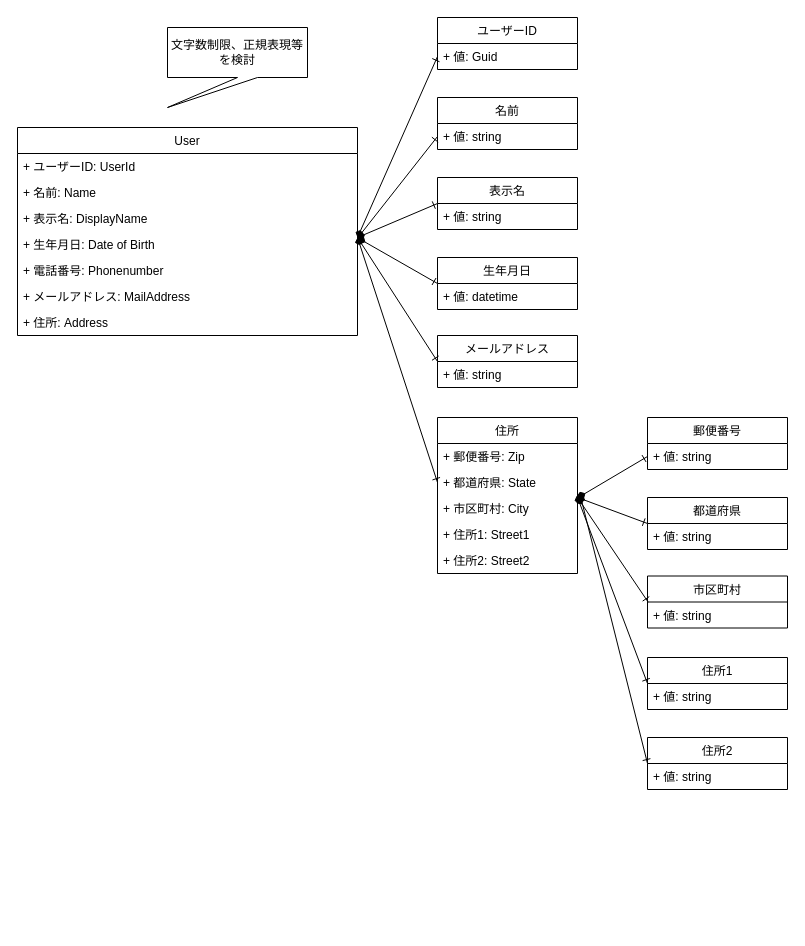
The draw.io diagram docs/Users/domain/Users.drawio in AlterEnter/UsedCar.Backend, before the edit. Source tidied: cells renumbered, new cells numbered last; positions are measured from the earlier drawing's top-left corner, leaving out a move shared by most shapes. Both pictures are drawn from the tidied source at 100%, with x=0, y=0 at pixel (17, 17).
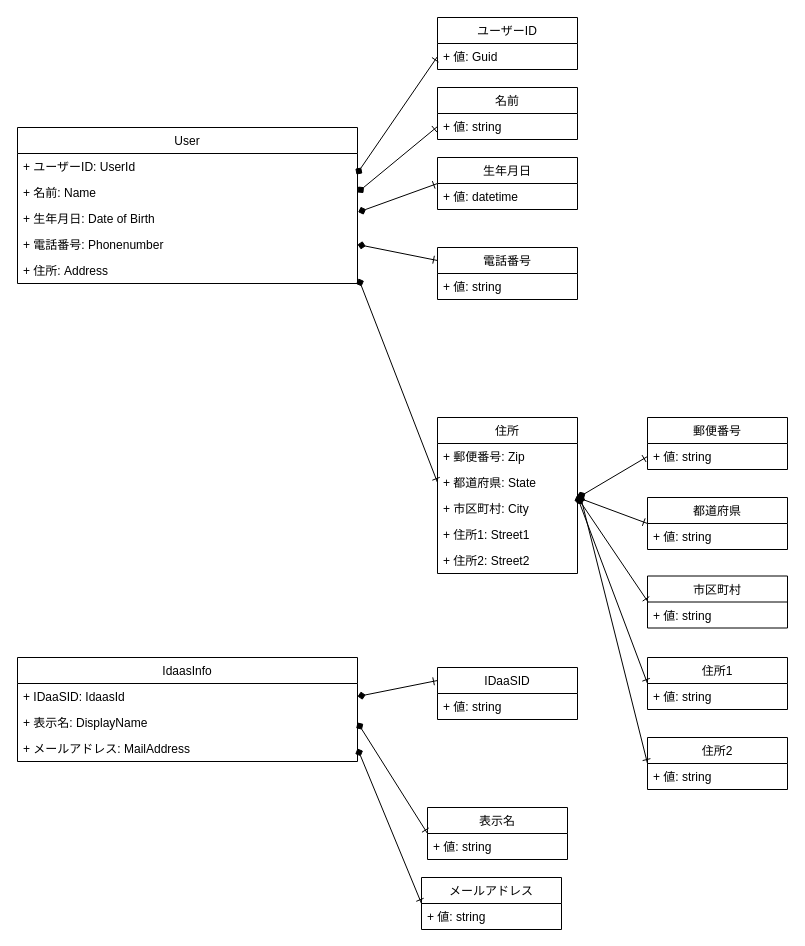
The same diagram, later.

The change refers to these unchanged cells:
```xml
<mxCell id="3" value="+ ユーザーID: UserId" style="text;strokeColor=none;fillColor=none;align=left;verticalAlign=top;spacingLeft=4;spacingRight=4;overflow=hidden;points=[[0,0.5],[1,0.5]];portConstraint=eastwest;" parent="2" vertex="1">
  <mxGeometry y="26" width="340" height="26" as="geometry" />
</mxCell>
<mxCell id="4" value="+ 名前: Name" style="text;strokeColor=none;fillColor=none;align=left;verticalAlign=top;spacingLeft=4;spacingRight=4;overflow=hidden;points=[[0,0.5],[1,0.5]];portConstraint=eastwest;" parent="2" vertex="1">
  <mxGeometry y="52" width="340" height="26" as="geometry" />
</mxCell>
<mxCell id="11" value="+ 値: Guid" style="text;strokeColor=none;fillColor=none;align=left;verticalAlign=top;spacingLeft=4;spacingRight=4;overflow=hidden;points=[[0,0.5],[1,0.5]];portConstraint=eastwest;" parent="10" vertex="1">
  <mxGeometry y="26" width="140" height="26" as="geometry" />
</mxCell>
<mxCell id="13" value="+ 値: string" style="text;strokeColor=none;fillColor=none;align=left;verticalAlign=top;spacingLeft=4;spacingRight=4;overflow=hidden;points=[[0,0.5],[1,0.5]];portConstraint=eastwest;" parent="12" vertex="1">
  <mxGeometry y="26" width="140" height="26" as="geometry" />
</mxCell>
<mxCell id="20" value="+ 都道府県: State" style="text;strokeColor=none;fillColor=none;align=left;verticalAlign=top;spacingLeft=4;spacingRight=4;overflow=hidden;points=[[0,0.5],[1,0.5]];portConstraint=eastwest;" parent="18" vertex="1">
  <mxGeometry y="52" width="140" height="26" as="geometry" />
</mxCell>
```

Change to the diagram source:
```diff
@@
     <mxCell id="2" value="User" style="swimlane;fontStyle=0;horizontal=1;startSize=26;fillColor=none;" parent="1" vertex="1">
-      <mxGeometry y="110" width="340" height="208" as="geometry" />
+      <mxGeometry y="110" width="340" height="156" as="geometry" />
     </mxCell>
@@
-    <mxCell id="5" value="+ 表示名: DisplayName" style="text;strokeColor=none;fillColor=none;align=left;verticalAlign=top;spacingLeft=4;spacingRight=4;overflow=hidden;points=[[0,0.5],[1,0.5]];portConstraint=eastwest;" parent="2" vertex="1">
-      <mxGeometry y="78" width="340" height="26" as="geometry" />
-    </mxCell>
     <mxCell id="6" value="+ 生年月日: Date of Birth" style="text;strokeColor=none;fillColor=none;align=left;verticalAlign=top;spacingLeft=4;spacingRight=4;overflow=hidden;points=[[0,0.5],[1,0.5]];portConstraint=eastwest;" parent="2" vertex="1">
-      <mxGeometry y="104" width="340" height="26" as="geometry" />
+      <mxGeometry y="78" width="340" height="26" as="geometry" />
     </mxCell>
     <mxCell id="7" value="+ 電話番号: Phonenumber&#10;" style="text;strokeColor=none;fillColor=none;align=left;verticalAlign=top;spacingLeft=4;spacingRight=4;overflow=hidden;points=[[0,0.5],[1,0.5]];portConstraint=eastwest;" parent="2" vertex="1">
-      <mxGeometry y="130" width="340" height="26" as="geometry" />
+      <mxGeometry y="104" width="340" height="26" as="geometry" />
     </mxCell>
-    <mxCell id="8" value="+ メールアドレス: MailAddress&#10;" style="text;strokeColor=none;fillColor=none;align=left;verticalAlign=top;spacingLeft=4;spacingRight=4;overflow=hidden;points=[[0,0.5],[1,0.5]];portConstraint=eastwest;" parent="2" vertex="1">
-      <mxGeometry y="156" width="340" height="26" as="geometry" />
-    </mxCell>
     <mxCell id="9" value="+ 住所: Address&#10;　　&#10;" style="text;strokeColor=none;fillColor=none;align=left;verticalAlign=top;spacingLeft=4;spacingRight=4;overflow=hidden;points=[[0,0.5],[1,0.5]];portConstraint=eastwest;" parent="2" vertex="1">
-      <mxGeometry y="182" width="340" height="26" as="geometry" />
+      <mxGeometry y="130" width="340" height="26" as="geometry" />
     </mxCell>
@@
     <mxCell id="12" value="名前" style="swimlane;fontStyle=0;horizontal=1;startSize=26;fillColor=none;" parent="1" vertex="1">
-      <mxGeometry x="420" y="80" width="140" height="52" as="geometry" />
+      <mxGeometry x="420" y="70" width="140" height="52" as="geometry" />
     </mxCell>
@@
     <mxCell id="14" value="表示名" style="swimlane;fontStyle=0;horizontal=1;startSize=26;fillColor=none;" parent="1" vertex="1">
-      <mxGeometry x="420" y="160" width="140" height="52" as="geometry" />
+      <mxGeometry x="410" y="790" width="140" height="52" as="geometry" />
     </mxCell>
@@
     <mxCell id="16" value="生年月日" style="swimlane;fontStyle=0;horizontal=1;startSize=26;fillColor=none;" parent="1" vertex="1">
-      <mxGeometry x="420" y="240" width="140" height="52" as="geometry" />
+      <mxGeometry x="420" y="140" width="140" height="52" as="geometry" />
     </mxCell>
@@
     <mxCell id="24" value="メールアドレス" style="swimlane;fontStyle=0;horizontal=1;startSize=26;fillColor=none;" parent="1" vertex="1">
-      <mxGeometry x="420" y="318" width="140" height="52" as="geometry" />
+      <mxGeometry x="404" y="860" width="140" height="52" as="geometry" />
     </mxCell>
@@
-    <mxCell id="36" style="edgeStyle=none;html=1;entryX=0;entryY=0.5;entryDx=0;entryDy=0;endArrow=ERone;endFill=0;startArrow=diamond;startFill=1;" parent="1" edge="1" target="11">
-      <mxGeometry relative="1" as="geometry">
-        <mxPoint x="340" y="220" as="sourcePoint" />
-      </mxGeometry>
+    <mxCell id="36" style="edgeStyle=none;html=1;entryX=0;entryY=0.5;entryDx=0;entryDy=0;endArrow=ERone;endFill=0;startArrow=diamond;startFill=1;exitX=0.997;exitY=0.808;exitDx=0;exitDy=0;exitPerimeter=0;" parent="1" edge="1" source="3" target="11">
+      <mxGeometry relative="1" as="geometry" />
     </mxCell>
-    <mxCell id="37" style="edgeStyle=none;html=1;entryX=0;entryY=0.5;entryDx=0;entryDy=0;endArrow=ERone;endFill=0;startArrow=diamond;startFill=1;exitX=1;exitY=0.256;exitDx=0;exitDy=0;exitPerimeter=0;" parent="1" edge="1" source="6" target="13">
+    <mxCell id="37" style="edgeStyle=none;html=1;entryX=0;entryY=0.5;entryDx=0;entryDy=0;endArrow=ERone;endFill=0;startArrow=diamond;startFill=1;exitX=1;exitY=0.5;exitDx=0;exitDy=0;" parent="1" edge="1" source="4" target="13">
       <mxGeometry relative="1" as="geometry" />
     </mxCell>
-    <mxCell id="38" style="edgeStyle=none;html=1;entryX=0;entryY=0.5;entryDx=0;entryDy=0;endArrow=ERone;endFill=0;startArrow=diamond;startFill=1;" parent="1" edge="1" target="14">
-      <mxGeometry relative="1" as="geometry">
-        <mxPoint x="340" y="220" as="sourcePoint" />
-      </mxGeometry>
+    <mxCell id="38" style="edgeStyle=none;html=1;entryX=0;entryY=0.5;entryDx=0;entryDy=0;endArrow=ERone;endFill=0;startArrow=diamond;startFill=1;exitX=1;exitY=0.5;exitDx=0;exitDy=0;" parent="1" edge="1" source="5" target="14">
+      <mxGeometry relative="1" as="geometry" />
     </mxCell>
@@
-    <mxCell id="40" style="edgeStyle=none;html=1;entryX=0;entryY=0.5;entryDx=0;entryDy=0;endArrow=ERone;endFill=0;startArrow=diamond;startFill=1;" parent="1" edge="1" target="24">
-      <mxGeometry relative="1" as="geometry">
-        <mxPoint x="340" y="220" as="sourcePoint" />
-      </mxGeometry>
+    <mxCell id="40" style="edgeStyle=none;html=1;entryX=0;entryY=0.5;entryDx=0;entryDy=0;endArrow=ERone;endFill=0;startArrow=diamond;startFill=1;exitX=1;exitY=0.5;exitDx=0;exitDy=0;" parent="1" edge="1" source="8" target="24">
+      <mxGeometry relative="1" as="geometry" />
     </mxCell>
-    <mxCell id="41" style="edgeStyle=none;html=1;entryX=0;entryY=0.5;entryDx=0;entryDy=0;endArrow=ERone;endFill=0;startArrow=diamond;startFill=1;" parent="1" edge="1" target="20">
-      <mxGeometry relative="1" as="geometry">
-        <mxPoint x="340" y="220" as="sourcePoint" />
-      </mxGeometry>
+    <mxCell id="41" style="edgeStyle=none;html=1;entryX=0;entryY=0.5;entryDx=0;entryDy=0;endArrow=ERone;endFill=0;startArrow=diamond;startFill=1;exitX=1.003;exitY=0.808;exitDx=0;exitDy=0;exitPerimeter=0;" parent="1" edge="1" source="9" target="20">
+      <mxGeometry relative="1" as="geometry" />
     </mxCell>
@@
-    <mxCell id="47" value="文字数制限、正規表現等を検討" style="shape=callout;whiteSpace=wrap;html=1;perimeter=calloutPerimeter;position2=0;" parent="1" vertex="1">
-      <mxGeometry x="150" y="10" width="140" height="80" as="geometry" />
-    </mxCell>
+    <mxCell id="48" value="IdaasInfo" style="swimlane;fontStyle=0;horizontal=1;startSize=26;fillColor=none;" parent="1" vertex="1">
+      <mxGeometry y="640" width="340" height="104" as="geometry" />
+    </mxCell>
+    <mxCell id="49" value="+ IDaaSID: IdaasId" style="text;strokeColor=none;fillColor=none;align=left;verticalAlign=top;spacingLeft=4;spacingRight=4;overflow=hidden;points=[[0,0.5],[1,0.5]];portConstraint=eastwest;" parent="48" vertex="1">
+      <mxGeometry y="26" width="340" height="26" as="geometry" />
+    </mxCell>
+    <mxCell id="5" value="+ 表示名: DisplayName" style="text;strokeColor=none;fillColor=none;align=left;verticalAlign=top;spacingLeft=4;spacingRight=4;overflow=hidden;points=[[0,0.5],[1,0.5]];portConstraint=eastwest;" parent="48" vertex="1">
+      <mxGeometry y="52" width="340" height="26" as="geometry" />
+    </mxCell>
+    <mxCell id="8" value="+ メールアドレス: MailAddress&#10;" style="text;strokeColor=none;fillColor=none;align=left;verticalAlign=top;spacingLeft=4;spacingRight=4;overflow=hidden;points=[[0,0.5],[1,0.5]];portConstraint=eastwest;" parent="48" vertex="1">
+      <mxGeometry y="78" width="340" height="26" as="geometry" />
+    </mxCell>
+    <mxCell id="50" value="IDaaSID" style="swimlane;fontStyle=0;horizontal=1;startSize=26;fillColor=none;" parent="1" vertex="1">
+      <mxGeometry x="420" y="650" width="140" height="52" as="geometry" />
+    </mxCell>
+    <mxCell id="51" value="+ 値: string" style="text;strokeColor=none;fillColor=none;align=left;verticalAlign=top;spacingLeft=4;spacingRight=4;overflow=hidden;" parent="50" vertex="1">
+      <mxGeometry y="26" width="140" height="26" as="geometry" />
+    </mxCell>
+    <mxCell id="52" style="edgeStyle=none;html=1;entryX=0;entryY=0.25;entryDx=0;entryDy=0;endArrow=ERone;endFill=0;startArrow=diamond;startFill=1;exitX=1;exitY=0.5;exitDx=0;exitDy=0;" parent="1" edge="1" source="49" target="50">
+      <mxGeometry relative="1" as="geometry" />
+    </mxCell>
+    <mxCell id="53" value="電話番号" style="swimlane;fontStyle=0;horizontal=1;startSize=26;fillColor=none;" parent="1" vertex="1">
+      <mxGeometry x="420" y="230" width="140" height="52" as="geometry" />
+    </mxCell>
+    <mxCell id="54" value="+ 値: string" style="text;strokeColor=none;fillColor=none;align=left;verticalAlign=top;spacingLeft=4;spacingRight=4;overflow=hidden;" parent="53" vertex="1">
+      <mxGeometry y="26" width="140" height="26" as="geometry" />
+    </mxCell>
+    <mxCell id="55" style="edgeStyle=none;html=1;entryX=0;entryY=0.25;entryDx=0;entryDy=0;endArrow=ERone;endFill=0;startArrow=diamond;startFill=1;exitX=1;exitY=0.5;exitDx=0;exitDy=0;" parent="1" edge="1" source="7" target="53">
+      <mxGeometry relative="1" as="geometry" />
+    </mxCell>
```
